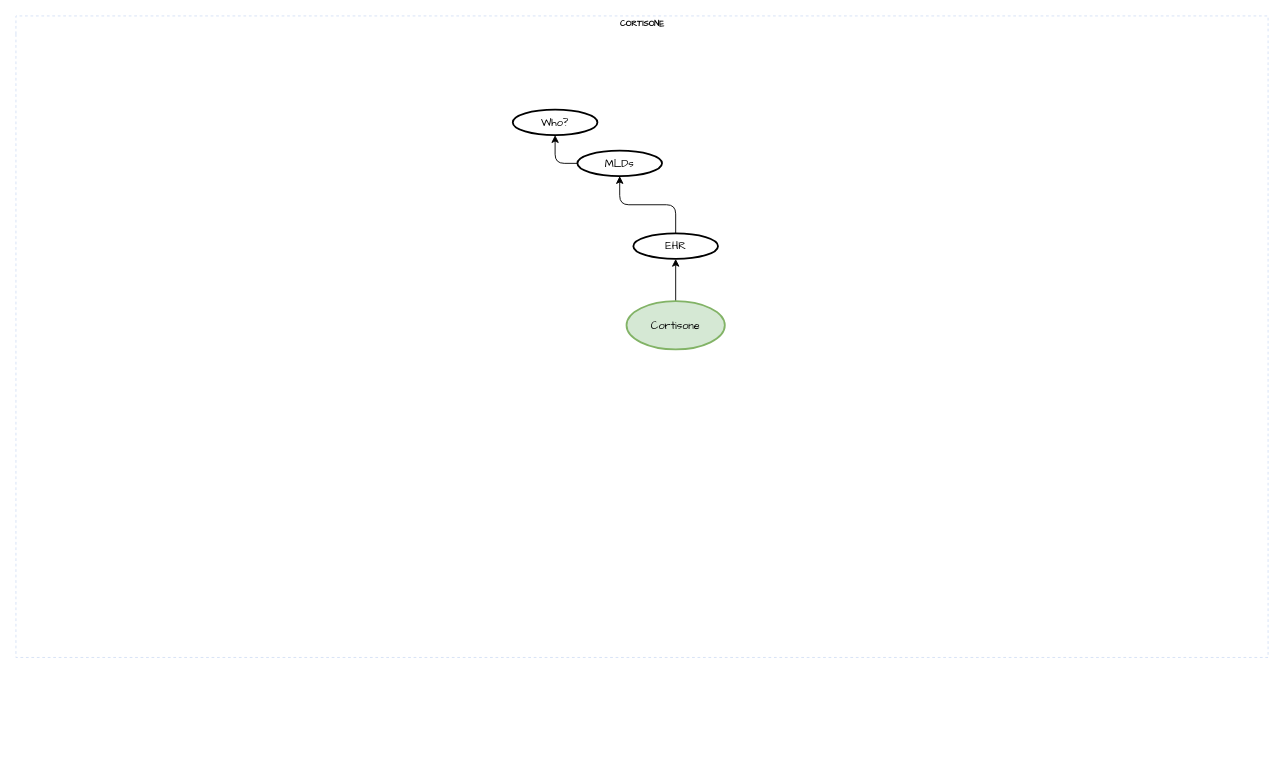
Earlier version of the draw.io diagram 202411 Cortisone.drawio (dalegent42/DrawIO). Source tidied: cells renumbered, new cells numbered last; positions are measured from the earlier drawing's top-left corner, leaving out a move shared by most shapes. Both pictures are drawn from the tidied source at 91%, with x=0, y=0 at pixel (15, 15). Pictures stored in the file or linked from it are replaced by grey dashed boxes.
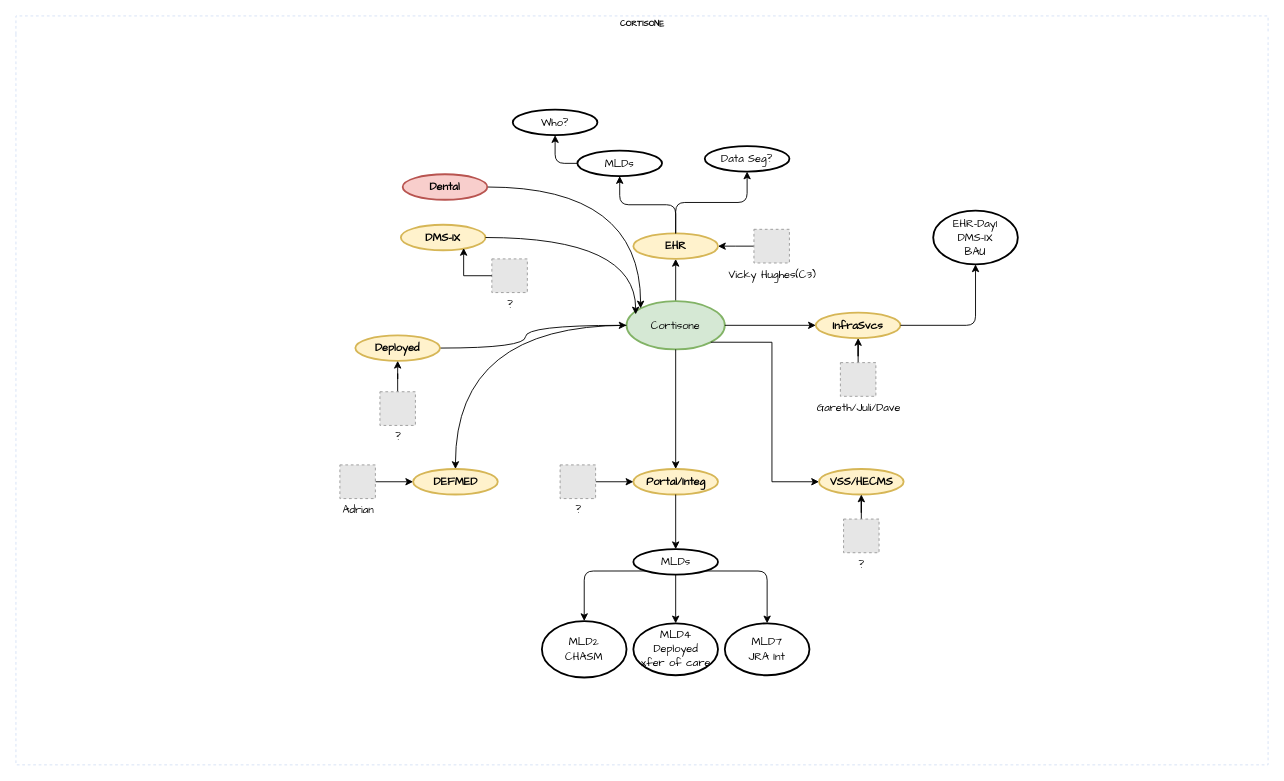
The same diagram, later.

The change refers to these unchanged cells:
```xml
<mxCell id="4" value="&lt;font face=&quot;Comic Sans MS&quot;&gt;Cortisone&lt;/font&gt;" style="ellipse;whiteSpace=wrap;html=1;align=center;strokeWidth=2;fillColor=#d5e8d4;strokeColor=#82b366;" parent="2" vertex="1">
  <mxGeometry x="671" y="313.5" width="108" height="53" as="geometry" />
</mxCell>
```

The edit, as a diff of the source:
```diff
@@
     <mxCell id="2" value="CORTISONE" style="swimlane;html=1;startSize=20;horizontal=1;containerType=tree;labelBackgroundColor=none;strokeColor=#D4E1F5;strokeWidth=1;fillColor=none;fontFamily=Comic Sans MS;fontSize=9;swimlaneLine=0;dashed=1;" parent="1" vertex="1">
-      <mxGeometry width="1376" height="705" as="geometry" />
+      <mxGeometry width="1376" height="823" as="geometry" />
     </mxCell>
@@
-    <mxCell id="6" value="&lt;font face=&quot;Comic Sans MS&quot;&gt;EHR&lt;/font&gt;" style="ellipse;whiteSpace=wrap;html=1;align=center;strokeWidth=2;" parent="2" vertex="1">
+    <mxCell id="6" value="&lt;font face=&quot;Comic Sans MS&quot;&gt;EHR&lt;/font&gt;" style="ellipse;whiteSpace=wrap;html=1;align=center;strokeWidth=2;fontStyle=1;fillColor=#fff2cc;strokeColor=#d6b656;" parent="2" vertex="1">
       <mxGeometry x="678.5" y="239" width="93" height="28" as="geometry" />
     </mxCell>
@@
+    <mxCell id="11" value="&lt;font face=&quot;Comic Sans MS&quot;&gt;Data Seg?&lt;/font&gt;" style="ellipse;whiteSpace=wrap;html=1;align=center;strokeWidth=2;" parent="2" vertex="1">
+      <mxGeometry x="757" y="143" width="93" height="28" as="geometry" />
+    </mxCell>
+    <mxCell id="12" style="edgeStyle=orthogonalEdgeStyle;rounded=1;jettySize=auto;html=1;exitX=0.5;exitY=0;exitDx=0;exitDy=0;entryX=0.5;entryY=1;entryDx=0;entryDy=0;curved=0;" parent="2" edge="1" source="6" target="11">
+      <mxGeometry relative="1" as="geometry" />
+    </mxCell>
+    <mxCell id="13" style="edgeStyle=orthogonalEdgeStyle;rounded=0;jettySize=auto;html=1;entryX=1;entryY=0.5;entryDx=0;entryDy=0;" parent="2" edge="1" source="14" target="6">
+      <mxGeometry relative="1" as="geometry" />
+    </mxCell>
+    <mxCell id="14" value="Vicky Hughes(C3)" style="fillColor=#E6E6E6;strokeColor=#999999;dashed=1;html=1;verticalAlign=top;verticalLabelPosition=bottom;labelBackgroundColor=#ffffff;fontFamily=Comic Sans MS;fontSize=12;fontColor=#000000;align=center;" parent="2" vertex="1">
+      <mxGeometry x="811" y="234.5" width="39" height="37" as="geometry" />
+    </mxCell>
+    <mxCell id="15" style="edgeStyle=orthogonalEdgeStyle;rounded=0;jettySize=auto;html=1;exitX=1;exitY=0.5;exitDx=0;exitDy=0;entryX=0;entryY=0.5;entryDx=0;entryDy=0;" parent="2" edge="1" source="4" target="16">
+      <mxGeometry relative="1" as="geometry" />
+    </mxCell>
+    <mxCell id="16" value="&lt;font face=&quot;Comic Sans MS&quot;&gt;InfraSvcs&lt;/font&gt;" style="ellipse;whiteSpace=wrap;html=1;align=center;strokeWidth=2;fontStyle=1;fillColor=#fff2cc;strokeColor=#d6b656;" parent="2" vertex="1">
+      <mxGeometry x="879" y="326" width="93" height="28" as="geometry" />
+    </mxCell>
+    <mxCell id="17" style="edgeStyle=orthogonalEdgeStyle;rounded=0;jettySize=auto;html=1;" parent="2" edge="1" source="18" target="16">
+      <mxGeometry relative="1" as="geometry" />
+    </mxCell>
+    <mxCell id="18" value="Gareth/Juli/Dave" style="fillColor=#E6E6E6;strokeColor=#999999;dashed=1;html=1;verticalAlign=top;verticalLabelPosition=bottom;labelBackgroundColor=#ffffff;fontFamily=Comic Sans MS;fontSize=12;fontColor=#000000;align=center;" parent="2" vertex="1">
+      <mxGeometry x="906" y="381" width="39" height="37" as="geometry" />
+    </mxCell>
+    <mxCell id="19" value="&lt;font face=&quot;Comic Sans MS&quot;&gt;EHR-Day1&lt;/font&gt;&lt;div&gt;&lt;font face=&quot;Comic Sans MS&quot;&gt;DMS-IX&lt;/font&gt;&lt;div&gt;&lt;font face=&quot;Comic Sans MS&quot;&gt;BAU&lt;/font&gt;&lt;/div&gt;&lt;/div&gt;" style="ellipse;whiteSpace=wrap;html=1;align=center;strokeWidth=2;" parent="2" vertex="1">
+      <mxGeometry x="1008" y="214" width="93" height="59" as="geometry" />
+    </mxCell>
+    <mxCell id="20" style="edgeStyle=orthogonalEdgeStyle;rounded=1;jettySize=auto;html=1;entryX=0.5;entryY=1;entryDx=0;entryDy=0;curved=0;exitX=1;exitY=0.5;exitDx=0;exitDy=0;" parent="2" edge="1" source="16" target="19">
+      <mxGeometry relative="1" as="geometry" />
+    </mxCell>
+    <mxCell id="21" style="edgeStyle=orthogonalEdgeStyle;rounded=0;jettySize=auto;html=1;exitX=1;exitY=1;exitDx=0;exitDy=0;entryX=0;entryY=0.5;entryDx=0;entryDy=0;" parent="2" edge="1" source="4" target="22">
+      <mxGeometry relative="1" as="geometry" />
+    </mxCell>
+    <mxCell id="22" value="&lt;font face=&quot;Comic Sans MS&quot;&gt;VSS/HECMS&lt;/font&gt;" style="ellipse;whiteSpace=wrap;html=1;align=center;strokeWidth=2;fontStyle=1;fillColor=#fff2cc;strokeColor=#d6b656;" parent="2" vertex="1">
+      <mxGeometry x="882.5" y="497.9" width="93" height="28" as="geometry" />
+    </mxCell>
+    <mxCell id="23" style="edgeStyle=orthogonalEdgeStyle;rounded=0;jettySize=auto;html=1;" parent="2" edge="1" source="24" target="22">
+      <mxGeometry relative="1" as="geometry" />
+    </mxCell>
+    <mxCell id="24" value="?" style="fillColor=#E6E6E6;strokeColor=#999999;dashed=1;html=1;verticalAlign=top;verticalLabelPosition=bottom;labelBackgroundColor=#ffffff;fontFamily=Comic Sans MS;fontSize=12;fontColor=#000000;align=center;" parent="2" vertex="1">
+      <mxGeometry x="909.5" y="552.9" width="39" height="37" as="geometry" />
+    </mxCell>
+    <mxCell id="25" style="edgeStyle=orthogonalEdgeStyle;rounded=0;jettySize=auto;html=1;exitX=0.5;exitY=1;exitDx=0;exitDy=0;entryX=0.5;entryY=0;entryDx=0;entryDy=0;" parent="2" edge="1" source="4" target="26">
+      <mxGeometry relative="1" as="geometry" />
+    </mxCell>
+    <mxCell id="26" value="&lt;font face=&quot;Comic Sans MS&quot;&gt;Portal/Integ&lt;/font&gt;" style="ellipse;whiteSpace=wrap;html=1;align=center;strokeWidth=2;fontStyle=1;fillColor=#fff2cc;strokeColor=#d6b656;" parent="2" vertex="1">
+      <mxGeometry x="678.5" y="497.9" width="93" height="28" as="geometry" />
+    </mxCell>
+    <mxCell id="27" style="edgeStyle=orthogonalEdgeStyle;rounded=0;jettySize=auto;html=1;" parent="2" edge="1" source="28" target="26">
+      <mxGeometry relative="1" as="geometry" />
+    </mxCell>
+    <mxCell id="28" value="?" style="fillColor=#E6E6E6;strokeColor=#999999;dashed=1;html=1;verticalAlign=top;verticalLabelPosition=bottom;labelBackgroundColor=#ffffff;fontFamily=Comic Sans MS;fontSize=12;fontColor=#000000;align=center;" parent="2" vertex="1">
+      <mxGeometry x="598" y="493.4" width="39" height="37" as="geometry" />
+    </mxCell>
+    <mxCell id="29" value="&lt;font face=&quot;Comic Sans MS&quot;&gt;MLDs&lt;/font&gt;" style="ellipse;whiteSpace=wrap;html=1;align=center;strokeWidth=2;" parent="2" vertex="1">
+      <mxGeometry x="678.5" y="586" width="93" height="28" as="geometry" />
+    </mxCell>
+    <mxCell id="30" style="edgeStyle=orthogonalEdgeStyle;rounded=1;jettySize=auto;html=1;exitX=0.5;exitY=1;exitDx=0;exitDy=0;curved=0;" parent="2" edge="1" source="26" target="29">
+      <mxGeometry relative="1" as="geometry" />
+    </mxCell>
+    <mxCell id="31" value="&lt;font face=&quot;Comic Sans MS&quot;&gt;MLD2&lt;/font&gt;&lt;div&gt;&lt;font face=&quot;Comic Sans MS&quot;&gt;CHASM&lt;/font&gt;&lt;/div&gt;" style="ellipse;whiteSpace=wrap;html=1;align=center;strokeWidth=2;" parent="2" vertex="1">
+      <mxGeometry x="578" y="665" width="93" height="62" as="geometry" />
+    </mxCell>
+    <mxCell id="32" style="edgeStyle=orthogonalEdgeStyle;rounded=1;jettySize=auto;html=1;exitX=0;exitY=1;exitDx=0;exitDy=0;curved=0;" parent="2" edge="1" source="29" target="31">
+      <mxGeometry relative="1" as="geometry" />
+    </mxCell>
+    <mxCell id="33" value="&lt;font face=&quot;Comic Sans MS&quot;&gt;MLD4&lt;/font&gt;&lt;div&gt;&lt;font face=&quot;Comic Sans MS&quot;&gt;Deployed&lt;/font&gt;&lt;/div&gt;&lt;div&gt;&lt;font face=&quot;Comic Sans MS&quot;&gt;xfer of care&lt;/font&gt;&lt;/div&gt;" style="ellipse;whiteSpace=wrap;html=1;align=center;strokeWidth=2;" parent="2" vertex="1">
+      <mxGeometry x="678.5" y="667.5" width="93" height="57" as="geometry" />
+    </mxCell>
+    <mxCell id="34" value="&lt;font face=&quot;Comic Sans MS&quot;&gt;MLD7&lt;/font&gt;&lt;div&gt;&lt;font face=&quot;Comic Sans MS&quot;&gt;JRA Int&lt;/font&gt;&lt;/div&gt;" style="ellipse;whiteSpace=wrap;html=1;align=center;strokeWidth=2;" parent="2" vertex="1">
+      <mxGeometry x="779" y="667.5" width="93" height="57" as="geometry" />
+    </mxCell>
+    <mxCell id="35" style="edgeStyle=orthogonalEdgeStyle;rounded=1;jettySize=auto;html=1;curved=0;exitX=0.5;exitY=1;exitDx=0;exitDy=0;" parent="2" edge="1" source="29" target="33">
+      <mxGeometry relative="1" as="geometry" />
+    </mxCell>
+    <mxCell id="36" style="edgeStyle=orthogonalEdgeStyle;rounded=1;jettySize=auto;html=1;curved=0;exitX=1;exitY=1;exitDx=0;exitDy=0;entryX=0.5;entryY=0;entryDx=0;entryDy=0;" parent="2" edge="1" source="29" target="34">
+      <mxGeometry relative="1" as="geometry" />
+    </mxCell>
+    <mxCell id="37" style="edgeStyle=orthogonalEdgeStyle;rounded=0;jettySize=auto;html=1;exitX=0;exitY=0.5;exitDx=0;exitDy=0;entryX=0.5;entryY=0;entryDx=0;entryDy=0;curved=1;" parent="2" edge="1" source="4" target="38">
+      <mxGeometry relative="1" as="geometry" />
+    </mxCell>
+    <mxCell id="38" value="&lt;font face=&quot;Comic Sans MS&quot;&gt;DEFMED&lt;/font&gt;" style="ellipse;whiteSpace=wrap;html=1;align=center;strokeWidth=2;fontStyle=1;fillColor=#fff2cc;strokeColor=#d6b656;" parent="2" vertex="1">
+      <mxGeometry x="436.5" y="497.9" width="93" height="28" as="geometry" />
+    </mxCell>
+    <mxCell id="39" style="edgeStyle=orthogonalEdgeStyle;rounded=0;jettySize=auto;html=1;entryX=0;entryY=0.5;entryDx=0;entryDy=0;" parent="2" edge="1" source="40" target="38">
+      <mxGeometry relative="1" as="geometry" />
+    </mxCell>
+    <mxCell id="40" value="Adrian" style="fillColor=#E6E6E6;strokeColor=#999999;dashed=1;html=1;verticalAlign=top;verticalLabelPosition=bottom;labelBackgroundColor=#ffffff;fontFamily=Comic Sans MS;fontSize=12;fontColor=#000000;align=center;" parent="2" vertex="1">
+      <mxGeometry x="356" y="493.4" width="39" height="37" as="geometry" />
+    </mxCell>
+    <mxCell id="41" style="edgeStyle=orthogonalEdgeStyle;rounded=0;jettySize=auto;html=1;entryX=0;entryY=0.5;entryDx=0;entryDy=0;curved=1;" parent="2" edge="1" source="42" target="4">
+      <mxGeometry relative="1" as="geometry">
+        <Array as="points">
+          <mxPoint x="560" y="365" />
+          <mxPoint x="560" y="340" />
+        </Array>
+      </mxGeometry>
+    </mxCell>
+    <mxCell id="42" value="&lt;font face=&quot;Comic Sans MS&quot;&gt;Deployed&lt;/font&gt;" style="ellipse;whiteSpace=wrap;html=1;align=center;strokeWidth=2;fontStyle=1;fillColor=#fff2cc;strokeColor=#d6b656;" parent="2" vertex="1">
+      <mxGeometry x="373" y="351" width="93" height="28" as="geometry" />
+    </mxCell>
+    <mxCell id="43" style="edgeStyle=orthogonalEdgeStyle;rounded=0;jettySize=auto;html=1;entryX=0.5;entryY=1;entryDx=0;entryDy=0;" parent="2" edge="1" source="44" target="42">
+      <mxGeometry relative="1" as="geometry" />
+    </mxCell>
+    <mxCell id="44" value="?" style="fillColor=#E6E6E6;strokeColor=#999999;dashed=1;html=1;verticalAlign=top;verticalLabelPosition=bottom;labelBackgroundColor=#ffffff;fontFamily=Comic Sans MS;fontSize=12;fontColor=#000000;align=center;" parent="2" vertex="1">
+      <mxGeometry x="400" y="413" width="39" height="37" as="geometry" />
+    </mxCell>
+    <mxCell id="45" value="&lt;font face=&quot;Comic Sans MS&quot;&gt;DMS-IX&lt;/font&gt;" style="ellipse;whiteSpace=wrap;html=1;align=center;strokeWidth=2;fontStyle=1;fillColor=#fff2cc;strokeColor=#d6b656;" parent="2" vertex="1">
+      <mxGeometry x="423" y="229.5" width="93" height="28" as="geometry" />
+    </mxCell>
+    <mxCell id="46" value="?" style="fillColor=#E6E6E6;strokeColor=#999999;dashed=1;html=1;verticalAlign=top;verticalLabelPosition=bottom;labelBackgroundColor=#ffffff;fontFamily=Comic Sans MS;fontSize=12;fontColor=#000000;align=center;" parent="2" vertex="1">
+      <mxGeometry x="523" y="267" width="39" height="37" as="geometry" />
+    </mxCell>
+    <mxCell id="47" style="edgeStyle=orthogonalEdgeStyle;rounded=0;jettySize=auto;html=1;entryX=0;entryY=0;entryDx=0;entryDy=0;curved=1;exitX=1;exitY=0.5;exitDx=0;exitDy=0;" parent="2" edge="1" source="48" target="4">
+      <mxGeometry relative="1" as="geometry" />
+    </mxCell>
+    <mxCell id="48" value="&lt;font face=&quot;Comic Sans MS&quot;&gt;Dental&lt;/font&gt;" style="ellipse;whiteSpace=wrap;html=1;align=center;strokeWidth=2;fontStyle=1;fillColor=#f8cecc;strokeColor=#b85450;" parent="2" vertex="1">
+      <mxGeometry x="425" y="174" width="93" height="28" as="geometry" />
+    </mxCell>
+    <mxCell id="49" style="edgeStyle=orthogonalEdgeStyle;rounded=0;jettySize=auto;html=1;entryX=0.093;entryY=0.274;entryDx=0;entryDy=0;entryPerimeter=0;curved=1;" parent="2" edge="1" source="45" target="4">
+      <mxGeometry relative="1" as="geometry" />
+    </mxCell>
+    <mxCell id="50" style="edgeStyle=orthogonalEdgeStyle;rounded=0;jettySize=auto;html=1;entryX=0.742;entryY=0.911;entryDx=0;entryDy=0;entryPerimeter=0;" parent="2" edge="1" source="46" target="45">
+      <mxGeometry relative="1" as="geometry" />
+    </mxCell>
```
